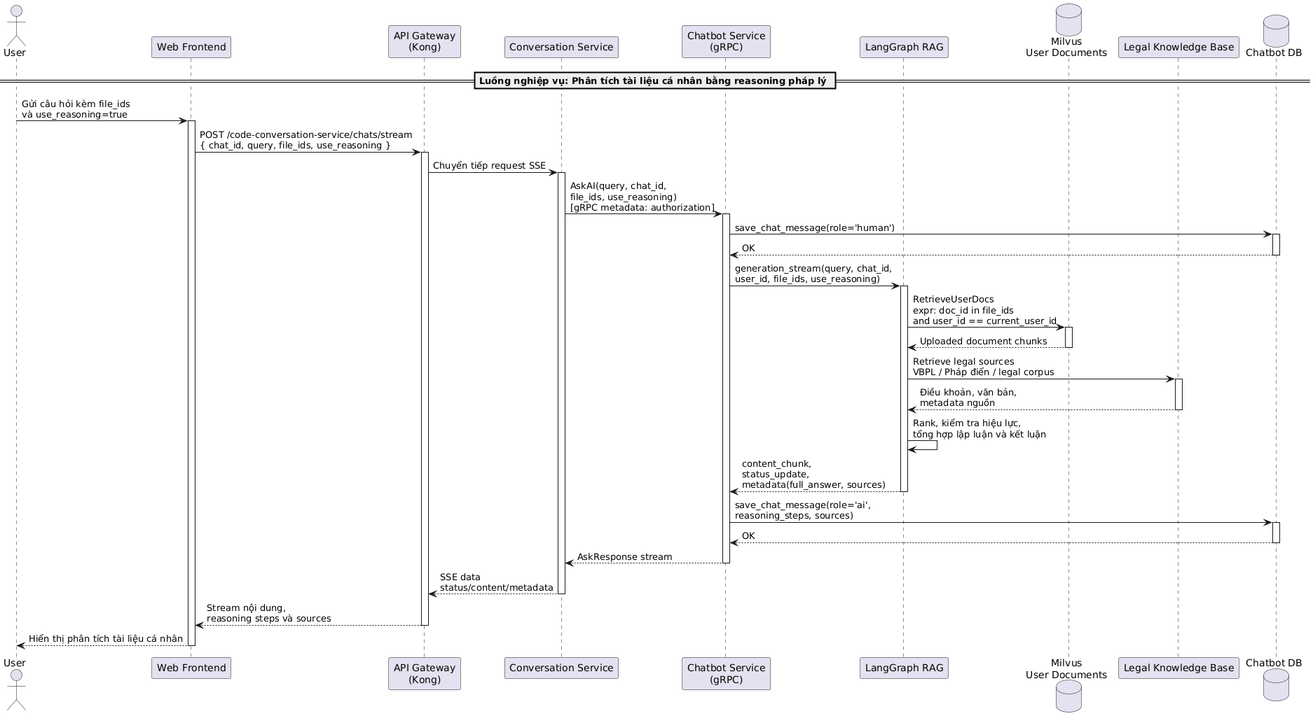
This is latex/contents/Sequence/UML-Sequence-UserAnalyzePersonalDocumentRag.png from 20206205Tech/docs-latex, a PlantUML export, as it was before one commit. Its diagram source:
```plantuml
@startuml
actor "User" as User
participant "Web Frontend" as Frontend
participant "API Gateway\n(Kong)" as Kong
participant "Conversation Service" as ConversationService
participant "Chatbot Service\n(gRPC)" as ChatbotService
participant "LangGraph RAG" as RAG
database "Milvus\nUser Documents" as Milvus
participant "Legal Knowledge Base" as LegalKB
database "Chatbot DB" as ChatbotDB

== Luồng nghiệp vụ: Phân tích tài liệu cá nhân bằng reasoning pháp lý ==

User -> Frontend: Gửi câu hỏi kèm file_ids\nvà use_reasoning=true
activate Frontend

Frontend -> Kong: POST /code-conversation-service/chats/stream\n{ chat_id, query, file_ids, use_reasoning }
activate Kong
Kong -> ConversationService: Chuyển tiếp request SSE
activate ConversationService

ConversationService -> ChatbotService: AskAI(query, chat_id,\nfile_ids, use_reasoning)\n[gRPC metadata: authorization]
activate ChatbotService

ChatbotService -> ChatbotDB: save_chat_message(role='human')
activate ChatbotDB
ChatbotDB --> ChatbotService: OK
deactivate ChatbotDB

ChatbotService -> RAG: generation_stream(query, chat_id,\nuser_id, file_ids, use_reasoning)
activate RAG

RAG -> Milvus: RetrieveUserDocs\nexpr: doc_id in file_ids\nand user_id == current_user_id
activate Milvus
Milvus --> RAG: Uploaded document chunks
deactivate Milvus

RAG -> LegalKB: Retrieve legal sources\nVBPL / Pháp điển / legal corpus
activate LegalKB
LegalKB --> RAG: Điều khoản, văn bản,\nmetadata nguồn
deactivate LegalKB

RAG -> RAG: Rank, kiểm tra hiệu lực,\ntổng hợp lập luận và kết luận
RAG --> ChatbotService: content_chunk,\nstatus_update,\nmetadata(full_answer, sources)
deactivate RAG

ChatbotService -> ChatbotDB: save_chat_message(role='ai',\nreasoning_steps, sources)
activate ChatbotDB
ChatbotDB --> ChatbotService: OK
deactivate ChatbotDB

ChatbotService --> ConversationService: AskResponse stream
deactivate ChatbotService
ConversationService --> Kong: SSE data\nstatus/content/metadata
deactivate ConversationService
Kong --> Frontend: Stream nội dung,\nreasoning steps và sources
deactivate Kong
Frontend --> User: Hiển thị phân tích tài liệu cá nhân
deactivate Frontend
@enduml
```
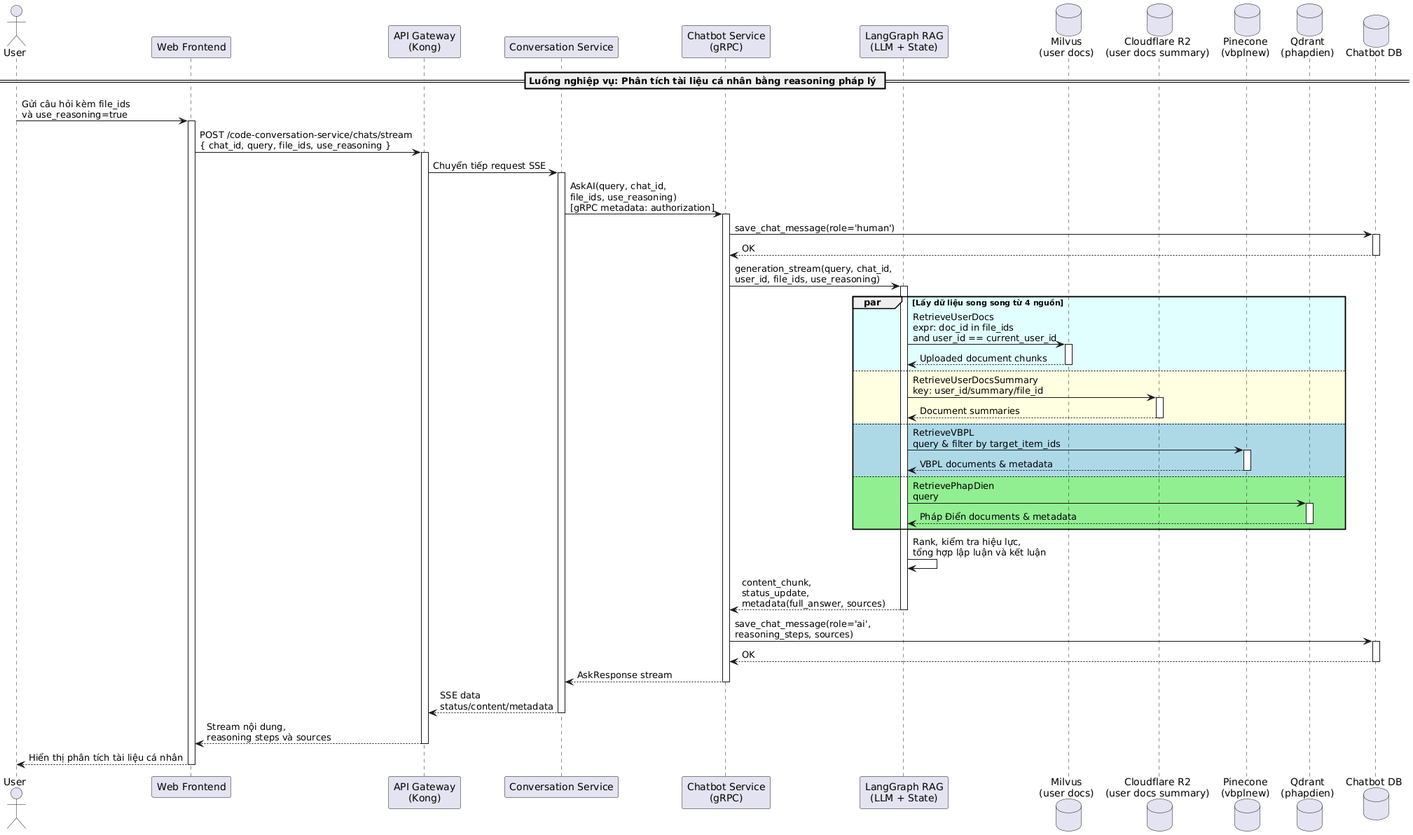
Later version of the same file.

Diff of the diagram source:
```diff
@@ -4,9 +4,11 @@
 participant "API Gateway\n(Kong)" as Kong
 participant "Conversation Service" as ConversationService
 participant "Chatbot Service\n(gRPC)" as ChatbotService
-participant "LangGraph RAG" as RAG
-database "Milvus\nUser Documents" as Milvus
-participant "Legal Knowledge Base" as LegalKB
+participant "LangGraph RAG\n(LLM + State)" as RAG
+database "Milvus\n(user docs)" as Milvus
+database "Cloudflare R2\n(user docs summary)" as R2
+database "Pinecone\n(vbplnew)" as Pinecone
+database "Qdrant\n(phapdien)" as Qdrant
 database "Chatbot DB" as ChatbotDB
 
 == Luồng nghiệp vụ: Phân tích tài liệu cá nhân bằng reasoning pháp lý ==
@@ -30,15 +32,27 @@
 ChatbotService -> RAG: generation_stream(query, chat_id,\nuser_id, file_ids, use_reasoning)
 activate RAG
 
-RAG -> Milvus: RetrieveUserDocs\nexpr: doc_id in file_ids\nand user_id == current_user_id
-activate Milvus
-Milvus --> RAG: Uploaded document chunks
-deactivate Milvus
-
-RAG -> LegalKB: Retrieve legal sources\nVBPL / Pháp điển / legal corpus
-activate LegalKB
-LegalKB --> RAG: Điều khoản, văn bản,\nmetadata nguồn
-deactivate LegalKB
+par #LightCyan Lấy dữ liệu song song từ 4 nguồn
+    RAG -> Milvus: RetrieveUserDocs\nexpr: doc_id in file_ids\nand user_id == current_user_id
+    activate Milvus
+    Milvus --> RAG: Uploaded document chunks
+    deactivate Milvus
+else #LightYellow
+    RAG -> R2: RetrieveUserDocsSummary\nkey: user_id/summary/file_id
+    activate R2
+    R2 --> RAG: Document summaries
+    deactivate R2
+else #LightBlue
+    RAG -> Pinecone: RetrieveVBPL\nquery & filter by target_item_ids
+    activate Pinecone
+    Pinecone --> RAG: VBPL documents & metadata
+    deactivate Pinecone
+else #LightGreen
+    RAG -> Qdrant: RetrievePhapDien\nquery
+    activate Qdrant
+    Qdrant --> RAG: Pháp Điển documents & metadata
+    deactivate Qdrant
+end
 
 RAG -> RAG: Rank, kiểm tra hiệu lực,\ntổng hợp lập luận và kết luận
 RAG --> ChatbotService: content_chunk,\nstatus_update,\nmetadata(full_answer, sources)
```
